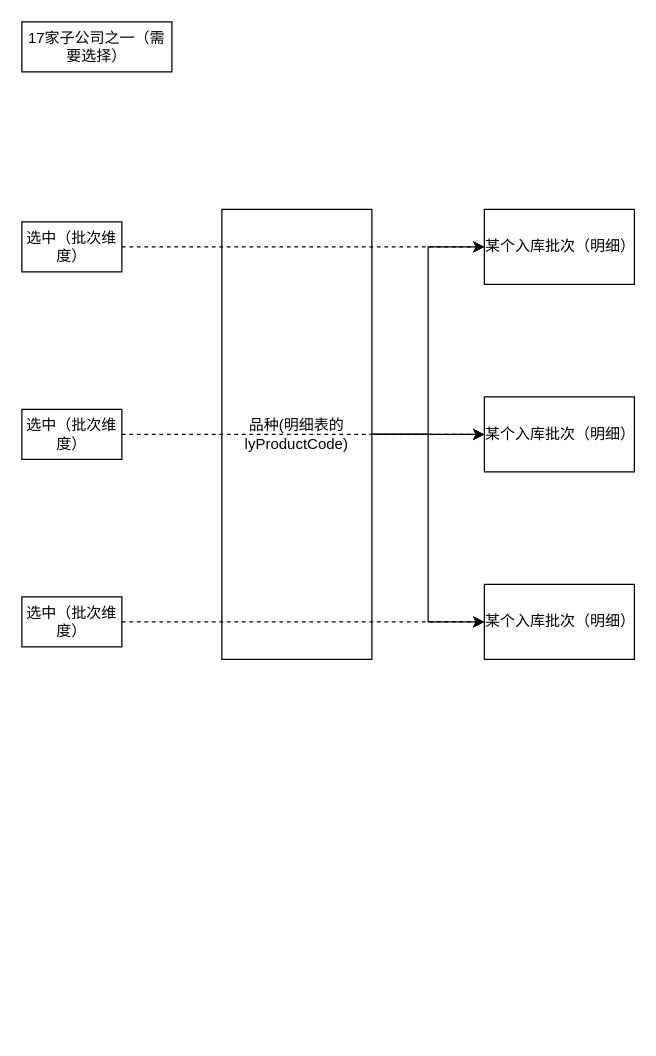
Earlier version of the draw.io diagram gitskills/上传发票入库批次.drawio (benbenbo/learngit). Source tidied: cells renumbered, new cells numbered last; positions are measured from the earlier drawing's top-left corner, leaving out a move shared by most shapes. Both pictures are drawn from the tidied source at 125%, with x=0, y=0 at pixel (21, 21).
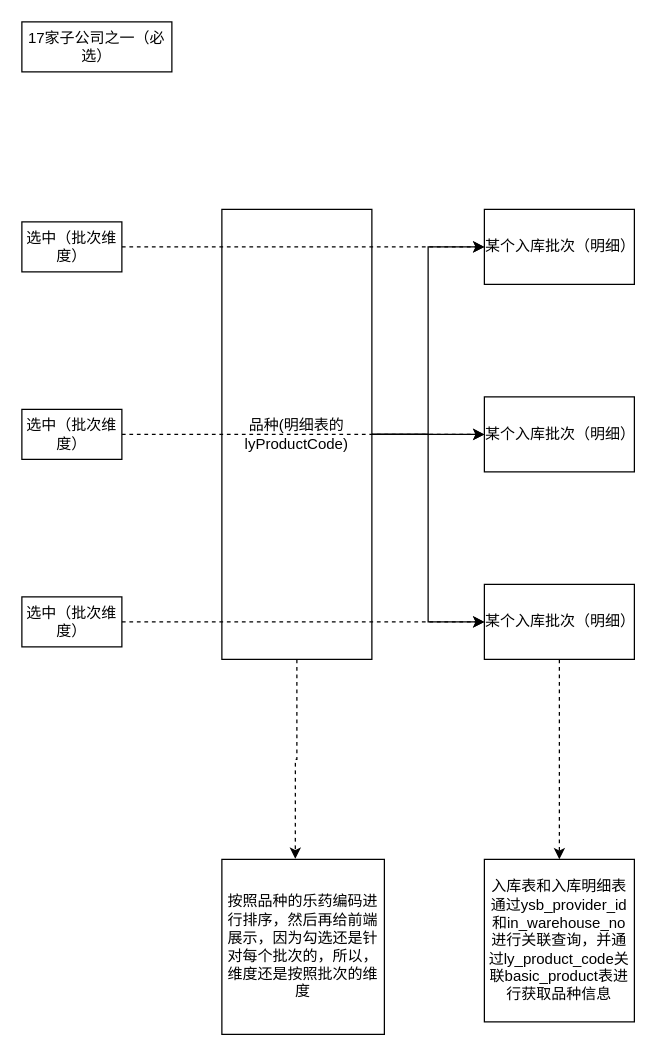
The same page after the edit.

Commit message:
更新上传发票入库批次.drawio

The edit, as a diff of the source:
```diff
@@
 <mxGraphModel>
   <root>
     <mxCell id="0" />
     <mxCell id="1" parent="0" />
     <mxCell id="2" value="某个入库批次（明细）" style="rounded=0;whiteSpace=wrap;html=1;" parent="1" vertex="1">
       <mxGeometry x="370" y="150" width="120" height="60" as="geometry" />
     </mxCell>
     <mxCell id="3" style="edgeStyle=orthogonalEdgeStyle;rounded=0;jettySize=auto;html=1;entryX=0;entryY=0.5;entryDx=0;entryDy=0;" parent="1" edge="1" source="6" target="2">
       <mxGeometry relative="1" as="geometry" />
     </mxCell>
     <mxCell id="4" style="edgeStyle=orthogonalEdgeStyle;rounded=0;jettySize=auto;html=1;exitX=1;exitY=0.5;exitDx=0;exitDy=0;entryX=0;entryY=0.5;entryDx=0;entryDy=0;" parent="1" edge="1" source="6" target="7">
       <mxGeometry relative="1" as="geometry" />
     </mxCell>
     <mxCell id="5" style="edgeStyle=orthogonalEdgeStyle;rounded=0;jettySize=auto;html=1;exitX=1;exitY=0.5;exitDx=0;exitDy=0;entryX=0;entryY=0.5;entryDx=0;entryDy=0;" parent="1" edge="1" source="6" target="8">
       <mxGeometry relative="1" as="geometry" />
     </mxCell>
+    <mxCell id="16" style="edgeStyle=orthogonalEdgeStyle;rounded=0;jettySize=auto;html=1;entryX=0.452;entryY=-0.003;entryDx=0;entryDy=0;entryPerimeter=0;dashed=1;" parent="1" edge="1" source="6" target="19">
+      <mxGeometry relative="1" as="geometry" />
+    </mxCell>
     <mxCell id="6" value="&lt;span&gt;品种(明细表的lyProductCode)&lt;/span&gt;" style="rounded=0;whiteSpace=wrap;html=1;" parent="1" vertex="1">
       <mxGeometry x="160" y="150" width="120" height="360" as="geometry" />
     </mxCell>
     <mxCell id="7" value="&lt;span&gt;某个入库批次（明细）&lt;/span&gt;" style="rounded=0;whiteSpace=wrap;html=1;" parent="1" vertex="1">
       <mxGeometry x="370" y="300" width="120" height="60" as="geometry" />
     </mxCell>
+    <mxCell id="17" style="edgeStyle=orthogonalEdgeStyle;rounded=0;jettySize=auto;html=1;entryX=0.5;entryY=0;entryDx=0;entryDy=0;dashed=1;" parent="1" edge="1" source="8" target="18">
+      <mxGeometry relative="1" as="geometry" />
+    </mxCell>
     <mxCell id="8" value="&lt;span&gt;某个入库批次（明细）&lt;/span&gt;" style="rounded=0;whiteSpace=wrap;html=1;" parent="1" vertex="1">
       <mxGeometry x="370" y="450" width="120" height="60" as="geometry" />
     </mxCell>
     <mxCell id="9" style="edgeStyle=orthogonalEdgeStyle;rounded=0;jettySize=auto;html=1;entryX=0;entryY=0.5;entryDx=0;entryDy=0;dashed=1;" parent="1" edge="1" source="10" target="2">
       <mxGeometry relative="1" as="geometry" />
     </mxCell>
     <mxCell id="10" value="选中（批次维度）" style="rounded=0;whiteSpace=wrap;html=1;" parent="1" vertex="1">
       <mxGeometry y="160" width="80" height="40" as="geometry" />
     </mxCell>
     <mxCell id="11" style="edgeStyle=orthogonalEdgeStyle;rounded=0;jettySize=auto;html=1;entryX=0;entryY=0.5;entryDx=0;entryDy=0;dashed=1;" parent="1" edge="1" source="12" target="7">
       <mxGeometry relative="1" as="geometry" />
     </mxCell>
     <mxCell id="12" value="选中（批次维度）" style="rounded=0;whiteSpace=wrap;html=1;" parent="1" vertex="1">
       <mxGeometry y="310" width="80" height="40" as="geometry" />
     </mxCell>
     <mxCell id="13" style="edgeStyle=orthogonalEdgeStyle;rounded=0;jettySize=auto;html=1;entryX=0;entryY=0.5;entryDx=0;entryDy=0;dashed=1;" parent="1" edge="1" source="14" target="8">
       <mxGeometry relative="1" as="geometry" />
     </mxCell>
     <mxCell id="14" value="选中（批次维度）" style="rounded=0;whiteSpace=wrap;html=1;" parent="1" vertex="1">
       <mxGeometry y="460" width="80" height="40" as="geometry" />
     </mxCell>
-    <mxCell id="15" value="17家子公司之一（需要选择）" style="rounded=0;whiteSpace=wrap;html=1;" parent="1" vertex="1">
+    <mxCell id="15" value="17家子公司之一（必选）" style="rounded=0;whiteSpace=wrap;html=1;" parent="1" vertex="1">
       <mxGeometry width="120" height="40" as="geometry" />
     </mxCell>
+    <mxCell id="18" value="入库表和入库明细表通过ysb_provider_id和in_warehouse_no进行关联查询，并通过ly_product_code关联basic_product表进行获取品种信息" style="rounded=0;whiteSpace=wrap;html=1;" parent="1" vertex="1">
+      <mxGeometry x="370" y="670" width="120" height="130" as="geometry" />
+    </mxCell>
+    <mxCell id="19" value="按照品种的乐药编码进行排序，然后再给前端展示，因为勾选还是针对每个批次的，所以，维度还是按照批次的维度" style="rounded=0;whiteSpace=wrap;html=1;" parent="1" vertex="1">
+      <mxGeometry x="160" y="670" width="130" height="140" as="geometry" />
+    </mxCell>
   </root>
 </mxGraphModel>
```
